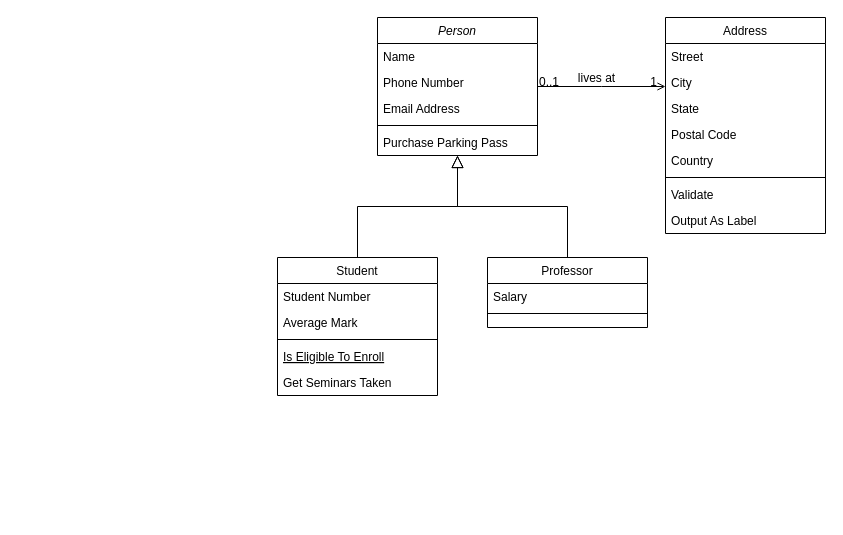
The draw.io diagram Diagrama sin título.drawio in Santira243/PracticaQuark, before the edit. Source tidied: cells renumbered, new cells numbered last; positions are measured from the earlier drawing's top-left corner, leaving out a move shared by most shapes. Both pictures are drawn from the tidied source at 100%, with x=0, y=0 at pixel (277, 17).
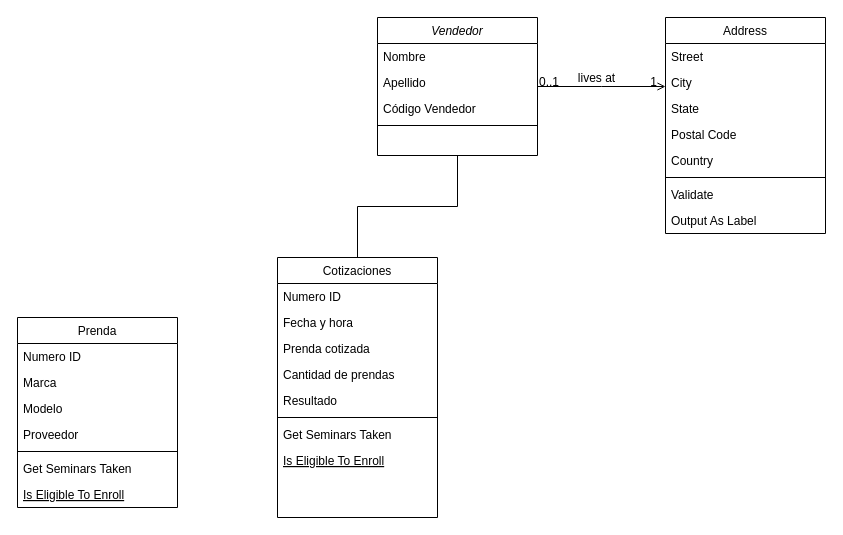
The same diagram, later.

Commit message:
Diagrama_clases

Change to the diagram source:
```diff
@@
-    <mxCell id="2" value="Person" style="swimlane;fontStyle=2;align=center;verticalAlign=top;horizontal=1;startSize=26;rounded=0;shadow=0;strokeWidth=1;" parent="1" vertex="1">
+    <mxCell id="2" value="Vendedor" style="swimlane;fontStyle=2;align=center;verticalAlign=top;horizontal=1;startSize=26;rounded=0;shadow=0;strokeWidth=1;" parent="1" vertex="1">
       <mxGeometry x="100" width="160" height="138" as="geometry" />
     </mxCell>
-    <mxCell id="3" value="Name" style="text;align=left;verticalAlign=top;spacingLeft=4;spacingRight=4;overflow=hidden;" parent="2" vertex="1">
+    <mxCell id="3" value="Nombre" style="text;align=left;verticalAlign=top;spacingLeft=4;spacingRight=4;overflow=hidden;" parent="2" vertex="1">
       <mxGeometry y="26" width="160" height="26" as="geometry" />
     </mxCell>
-    <mxCell id="4" value="Phone Number" style="text;align=left;verticalAlign=top;spacingLeft=4;spacingRight=4;overflow=hidden;rounded=0;shadow=0;html=0;" parent="2" vertex="1">
+    <mxCell id="4" value="Apellido" style="text;align=left;verticalAlign=top;spacingLeft=4;spacingRight=4;overflow=hidden;rounded=0;shadow=0;html=0;" parent="2" vertex="1">
       <mxGeometry y="52" width="160" height="26" as="geometry" />
     </mxCell>
-    <mxCell id="5" value="Email Address" style="text;align=left;verticalAlign=top;spacingLeft=4;spacingRight=4;overflow=hidden;rounded=0;shadow=0;html=0;" parent="2" vertex="1">
+    <mxCell id="5" value="Código Vendedor" style="text;align=left;verticalAlign=top;spacingLeft=4;spacingRight=4;overflow=hidden;rounded=0;shadow=0;html=0;" parent="2" vertex="1">
       <mxGeometry y="78" width="160" height="26" as="geometry" />
     </mxCell>
@@
-    <mxCell id="7" value="Purchase Parking Pass" style="text;align=left;verticalAlign=top;spacingLeft=4;spacingRight=4;overflow=hidden;" parent="2" vertex="1">
-      <mxGeometry y="112" width="160" height="26" as="geometry" />
-    </mxCell>
-    <mxCell id="8" value="Student" style="swimlane;fontStyle=0;align=center;verticalAlign=top;horizontal=1;startSize=26;rounded=0;shadow=0;strokeWidth=1;" parent="1" vertex="1">
-      <mxGeometry y="240" width="160" height="138" as="geometry" />
+    <mxCell id="8" value="Cotizaciones" style="swimlane;fontStyle=0;align=center;verticalAlign=top;horizontal=1;startSize=26;rounded=0;shadow=0;strokeWidth=1;" parent="1" vertex="1">
+      <mxGeometry y="240" width="160" height="260" as="geometry" />
     </mxCell>
-    <mxCell id="9" value="Student Number" style="text;align=left;verticalAlign=top;spacingLeft=4;spacingRight=4;overflow=hidden;" parent="8" vertex="1">
+    <mxCell id="9" value="Numero ID" style="text;align=left;verticalAlign=top;spacingLeft=4;spacingRight=4;overflow=hidden;" parent="8" vertex="1">
       <mxGeometry y="26" width="160" height="26" as="geometry" />
     </mxCell>
-    <mxCell id="10" value="Average Mark" style="text;align=left;verticalAlign=top;spacingLeft=4;spacingRight=4;overflow=hidden;rounded=0;shadow=0;html=0;" parent="8" vertex="1">
+    <mxCell id="10" value="Fecha y hora" style="text;align=left;verticalAlign=top;spacingLeft=4;spacingRight=4;overflow=hidden;rounded=0;shadow=0;html=0;" parent="8" vertex="1">
       <mxGeometry y="52" width="160" height="26" as="geometry" />
     </mxCell>
+    <mxCell id="32" value="Prenda cotizada" style="text;align=left;verticalAlign=top;spacingLeft=4;spacingRight=4;overflow=hidden;rounded=0;shadow=0;html=0;" parent="8" vertex="1">
+      <mxGeometry y="78" width="160" height="26" as="geometry" />
+    </mxCell>
+    <mxCell id="33" value="Cantidad de prendas" style="text;align=left;verticalAlign=top;spacingLeft=4;spacingRight=4;overflow=hidden;rounded=0;shadow=0;html=0;" parent="8" vertex="1">
+      <mxGeometry y="104" width="160" height="26" as="geometry" />
+    </mxCell>
+    <mxCell id="34" value="Resultado" style="text;align=left;verticalAlign=top;spacingLeft=4;spacingRight=4;overflow=hidden;rounded=0;shadow=0;html=0;" parent="8" vertex="1">
+      <mxGeometry y="130" width="160" height="26" as="geometry" />
+    </mxCell>
     <mxCell id="11" style="line;html=1;strokeWidth=1;align=left;verticalAlign=middle;spacingTop=-1;spacingLeft=3;spacingRight=3;labelPosition=right;" parent="8" vertex="1">
-      <mxGeometry y="78" width="160" height="8" as="geometry" />
+      <mxGeometry y="156" width="160" height="8" as="geometry" />
     </mxCell>
+    <mxCell id="13" value="Get Seminars Taken" style="text;align=left;verticalAlign=top;spacingLeft=4;spacingRight=4;overflow=hidden;" parent="8" vertex="1">
+      <mxGeometry y="164" width="160" height="26" as="geometry" />
+    </mxCell>
     <mxCell id="12" value="Is Eligible To Enroll" style="text;align=left;verticalAlign=top;spacingLeft=4;spacingRight=4;overflow=hidden;fontStyle=4;" parent="8" vertex="1">
-      <mxGeometry y="86" width="160" height="26" as="geometry" />
+      <mxGeometry y="190" width="160" height="26" as="geometry" />
     </mxCell>
-    <mxCell id="13" value="Get Seminars Taken" style="text;align=left;verticalAlign=top;spacingLeft=4;spacingRight=4;overflow=hidden;" parent="8" vertex="1">
-      <mxGeometry y="112" width="160" height="26" as="geometry" />
-    </mxCell>
-    <mxCell id="14" style="endArrow=block;endSize=10;endFill=0;shadow=0;strokeWidth=1;rounded=0;edgeStyle=elbowEdgeStyle;elbow=vertical;" parent="1" edge="1" source="8" target="2">
+    <mxCell id="14" style="endArrow=none;endFill=0;shadow=0;strokeWidth=1;rounded=0;elbow=vertical;edgeStyle=orthogonalEdgeStyle;" parent="1" edge="1" source="8" target="2">
       <mxGeometry relative="1" as="geometry" />
     </mxCell>
-    <mxCell id="15" value="Professor" style="swimlane;fontStyle=0;align=center;verticalAlign=top;horizontal=1;startSize=26;rounded=0;shadow=0;strokeWidth=1;" parent="1" vertex="1">
-      <mxGeometry x="210" y="240" width="160" height="70" as="geometry" />
-    </mxCell>
-    <mxCell id="16" value="Salary" style="text;align=left;verticalAlign=top;spacingLeft=4;spacingRight=4;overflow=hidden;" parent="15" vertex="1">
-      <mxGeometry y="26" width="160" height="26" as="geometry" />
-    </mxCell>
-    <mxCell id="17" style="line;html=1;strokeWidth=1;align=left;verticalAlign=middle;spacingTop=-1;spacingLeft=3;spacingRight=3;labelPosition=right;" parent="15" vertex="1">
-      <mxGeometry y="52" width="160" height="8" as="geometry" />
-    </mxCell>
-    <mxCell id="18" style="endArrow=block;endSize=10;endFill=0;shadow=0;strokeWidth=1;rounded=0;edgeStyle=elbowEdgeStyle;elbow=vertical;" parent="1" edge="1" source="15" target="2">
-      <mxGeometry relative="1" as="geometry" />
-    </mxCell>
@@
+    <mxCell id="35" value="Prenda" style="swimlane;fontStyle=0;align=center;verticalAlign=top;horizontal=1;startSize=26;rounded=0;shadow=0;strokeWidth=1;" parent="1" vertex="1">
+      <mxGeometry x="-260" y="300" width="160" height="190" as="geometry" />
+    </mxCell>
+    <mxCell id="36" value="Numero ID" style="text;align=left;verticalAlign=top;spacingLeft=4;spacingRight=4;overflow=hidden;" parent="35" vertex="1">
+      <mxGeometry y="26" width="160" height="26" as="geometry" />
+    </mxCell>
+    <mxCell id="37" value="Marca" style="text;align=left;verticalAlign=top;spacingLeft=4;spacingRight=4;overflow=hidden;rounded=0;shadow=0;html=0;" parent="35" vertex="1">
+      <mxGeometry y="52" width="160" height="26" as="geometry" />
+    </mxCell>
+    <mxCell id="38" value="Modelo " style="text;align=left;verticalAlign=top;spacingLeft=4;spacingRight=4;overflow=hidden;rounded=0;shadow=0;html=0;" parent="35" vertex="1">
+      <mxGeometry y="78" width="160" height="26" as="geometry" />
+    </mxCell>
+    <mxCell id="39" value="Proveedor" style="text;align=left;verticalAlign=top;spacingLeft=4;spacingRight=4;overflow=hidden;rounded=0;shadow=0;html=0;" parent="35" vertex="1">
+      <mxGeometry y="104" width="160" height="26" as="geometry" />
+    </mxCell>
+    <mxCell id="40" style="line;html=1;strokeWidth=1;align=left;verticalAlign=middle;spacingTop=-1;spacingLeft=3;spacingRight=3;labelPosition=right;" parent="35" vertex="1">
+      <mxGeometry y="130" width="160" height="8" as="geometry" />
+    </mxCell>
+    <mxCell id="41" value="Get Seminars Taken" style="text;align=left;verticalAlign=top;spacingLeft=4;spacingRight=4;overflow=hidden;" parent="35" vertex="1">
+      <mxGeometry y="138" width="160" height="26" as="geometry" />
+    </mxCell>
+    <mxCell id="42" value="Is Eligible To Enroll" style="text;align=left;verticalAlign=top;spacingLeft=4;spacingRight=4;overflow=hidden;fontStyle=4;" parent="35" vertex="1">
+      <mxGeometry y="164" width="160" height="26" as="geometry" />
+    </mxCell>
```
